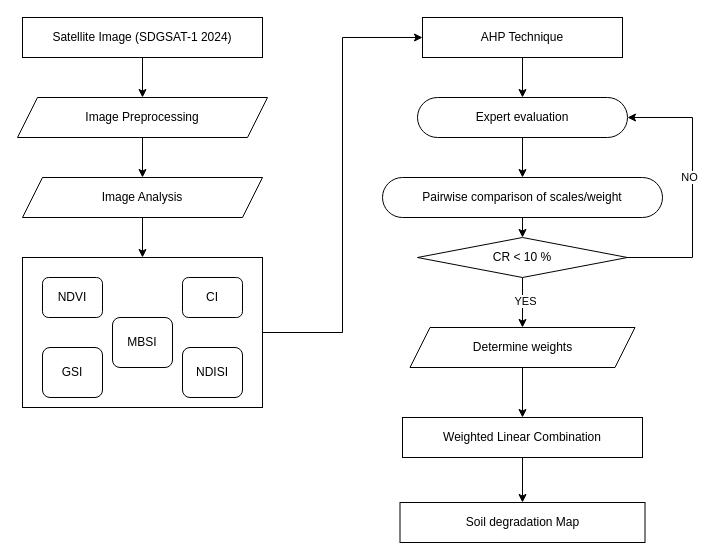
Earlier version of the draw.io diagram chpt5.drawio (yemioke/PRISMA2020). Source tidied: cells renumbered, new cells numbered last; positions are measured from the earlier drawing's top-left corner, leaving out a move shared by most shapes. Both pictures are drawn from the tidied source at 100%, with x=0, y=0 at pixel (17, 17).
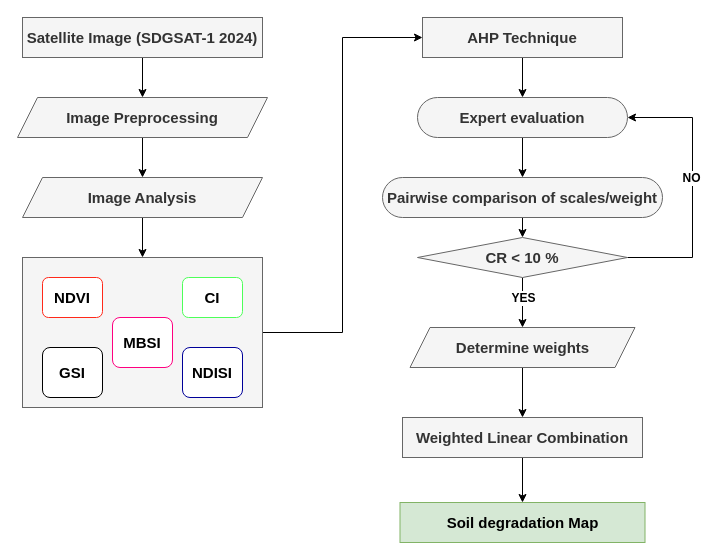
The same page after the edit.

The change refers to these unchanged cells:
```xml
<mxCell id="12" style="edgeStyle=orthogonalEdgeStyle;rounded=0;jettySize=auto;html=1;exitX=0.5;exitY=1;exitDx=0;exitDy=0;entryX=0.5;entryY=0;entryDx=0;entryDy=0;" parent="1" edge="1" source="14" target="16">
  <mxGeometry relative="1" as="geometry" />
</mxCell>
```

Change to the diagram source:
```diff
@@
-    <mxCell id="3" value="AHP Technique" style="rounded=0;whiteSpace=wrap;html=1;" parent="1" vertex="1">
+    <mxCell id="3" value="&lt;font style=&quot;font-size: 15px;&quot;&gt;&lt;b&gt;AHP Technique&lt;/b&gt;&lt;/font&gt;" style="rounded=0;whiteSpace=wrap;html=1;fillColor=#f5f5f5;fontColor=#333333;strokeColor=#666666;" parent="1" vertex="1">
       <mxGeometry x="405" width="200" height="40" as="geometry" />
     </mxCell>
@@
-    <mxCell id="5" value="Satellite Image (SDGSAT-1 2024)" style="rounded=0;whiteSpace=wrap;html=1;" parent="1" vertex="1">
+    <mxCell id="5" value="&lt;font style=&quot;font-size: 15px;&quot;&gt;&lt;b style=&quot;&quot;&gt;Satellite Image (SDGSAT-1 2024)&lt;/b&gt;&lt;/font&gt;" style="rounded=0;whiteSpace=wrap;html=1;fillColor=#f5f5f5;fontColor=#333333;strokeColor=#666666;" parent="1" vertex="1">
       <mxGeometry x="5" width="240" height="40" as="geometry" />
     </mxCell>
@@
-    <mxCell id="7" value="Expert evaluation" style="rounded=1;whiteSpace=wrap;html=1;arcSize=50;" parent="1" vertex="1">
+    <mxCell id="7" value="&lt;b&gt;&lt;font style=&quot;font-size: 15px;&quot;&gt;Expert evaluation&lt;/font&gt;&lt;/b&gt;" style="rounded=1;whiteSpace=wrap;html=1;arcSize=50;fillColor=#f5f5f5;fontColor=#333333;strokeColor=#666666;" parent="1" vertex="1">
       <mxGeometry x="400" y="80" width="210" height="40" as="geometry" />
     </mxCell>
@@
-    <mxCell id="9" value="Pairwise comparison of scales/weight" style="rounded=1;whiteSpace=wrap;html=1;arcSize=50;" parent="1" vertex="1">
+    <mxCell id="9" value="&lt;b&gt;&lt;font style=&quot;font-size: 15px;&quot;&gt;Pairwise comparison of scales/weight&lt;/font&gt;&lt;/b&gt;" style="rounded=1;whiteSpace=wrap;html=1;arcSize=50;fillColor=#f5f5f5;fontColor=#333333;strokeColor=#666666;" parent="1" vertex="1">
       <mxGeometry x="365" y="160" width="280" height="40" as="geometry" />
     </mxCell>
-    <mxCell id="10" style="edgeStyle=orthogonalEdgeStyle;rounded=0;jettySize=auto;html=1;exitX=1;exitY=0.5;exitDx=0;exitDy=0;entryX=1;entryY=0.5;entryDx=0;entryDy=0;" parent="1" edge="1" source="14" target="7">
+    <mxCell id="10" style="edgeStyle=orthogonalEdgeStyle;rounded=0;jettySize=auto;html=1;exitX=1;exitY=0.5;exitDx=0;exitDy=0;entryX=1;entryY=0.5;entryDx=0;entryDy=0;strokeWidth=1;" parent="1" edge="1" source="14" target="7">
       <mxGeometry relative="1" as="geometry">
         <Array as="points">
           <mxPoint x="675" y="240" />
           <mxPoint x="675" y="100" />
         </Array>
       </mxGeometry>
     </mxCell>
-    <mxCell id="11" value="NO" style="edgeLabel;html=1;align=center;verticalAlign=middle;" parent="10" vertex="1">
-      <mxGeometry x="0.08" y="4" relative="1" as="geometry" />
+    <mxCell id="11" value="NO" style="edgeLabel;html=1;align=center;verticalAlign=middle;strokeColor=#000000;fontSize=12;fontStyle=1;" parent="10" vertex="1">
+      <mxGeometry x="0.08" y="2" relative="1" as="geometry">
+        <mxPoint y="1" as="offset" />
+      </mxGeometry>
     </mxCell>
@@
-    <mxCell id="13" value="YES" style="edgeLabel;html=1;align=center;verticalAlign=middle;" parent="12" vertex="1">
-      <mxGeometry x="-0.07" y="2" relative="1" as="geometry" />
+    <mxCell id="13" value="YES" style="edgeLabel;html=1;align=center;verticalAlign=middle;fontSize=12;fontStyle=1;" parent="12" vertex="1">
+      <mxGeometry x="-0.07" y="-17" relative="1" as="geometry">
+        <mxPoint x="17" y="-3" as="offset" />
+      </mxGeometry>
     </mxCell>
-    <mxCell id="14" value="CR &amp;lt; 10 %" style="rhombus;whiteSpace=wrap;html=1;" parent="1" vertex="1">
+    <mxCell id="14" value="&lt;b&gt;&lt;font style=&quot;font-size: 15px;&quot;&gt;CR &amp;lt; 10 %&lt;/font&gt;&lt;/b&gt;" style="rhombus;whiteSpace=wrap;html=1;fillColor=#f5f5f5;fontColor=#333333;strokeColor=#666666;" parent="1" vertex="1">
       <mxGeometry x="400" y="220" width="210" height="40" as="geometry" />
     </mxCell>
@@
-    <mxCell id="16" value="Determine weights" style="shape=parallelogram;perimeter=parallelogramPerimeter;whiteSpace=wrap;html=1;fixedSize=1;" parent="1" vertex="1">
+    <mxCell id="16" value="&lt;b&gt;&lt;font style=&quot;font-size: 15px;&quot;&gt;Determine weights&lt;/font&gt;&lt;/b&gt;" style="shape=parallelogram;perimeter=parallelogramPerimeter;whiteSpace=wrap;html=1;fixedSize=1;fillColor=#f5f5f5;fontColor=#333333;strokeColor=#666666;" parent="1" vertex="1">
       <mxGeometry x="392.5" y="310" width="225" height="40" as="geometry" />
     </mxCell>
@@
-    <mxCell id="18" value="Weighted Linear Combination" style="rounded=0;whiteSpace=wrap;html=1;" parent="1" vertex="1">
+    <mxCell id="18" value="&lt;b&gt;&lt;font style=&quot;font-size: 15px;&quot;&gt;Weighted Linear Combination&lt;/font&gt;&lt;/b&gt;" style="rounded=0;whiteSpace=wrap;html=1;fillColor=#f5f5f5;fontColor=#333333;strokeColor=#666666;" parent="1" vertex="1">
       <mxGeometry x="385" y="400" width="240" height="40" as="geometry" />
     </mxCell>
-    <mxCell id="19" value="Soil degradation Map" style="rounded=0;whiteSpace=wrap;html=1;" parent="1" vertex="1">
+    <mxCell id="19" value="&lt;font style=&quot;font-size: 15px;&quot;&gt;&lt;b&gt;Soil degradation Map&lt;/b&gt;&lt;/font&gt;" style="rounded=0;whiteSpace=wrap;html=1;fillColor=#d5e8d4;strokeColor=#82b366;" parent="1" vertex="1">
       <mxGeometry x="382.5" y="485" width="245" height="40" as="geometry" />
     </mxCell>
@@
-    <mxCell id="21" value="Image Preprocessing" style="shape=parallelogram;perimeter=parallelogramPerimeter;whiteSpace=wrap;html=1;fixedSize=1;" parent="1" vertex="1">
+    <mxCell id="21" value="&lt;font style=&quot;font-size: 15px;&quot;&gt;&lt;b&gt;Image Preprocessing&lt;/b&gt;&lt;/font&gt;" style="shape=parallelogram;perimeter=parallelogramPerimeter;whiteSpace=wrap;html=1;fixedSize=1;fillColor=#f5f5f5;fontColor=#333333;strokeColor=#666666;" parent="1" vertex="1">
       <mxGeometry y="80" width="250" height="40" as="geometry" />
     </mxCell>
@@
-    <mxCell id="23" value="Image Analysis" style="shape=parallelogram;perimeter=parallelogramPerimeter;whiteSpace=wrap;html=1;fixedSize=1;" parent="1" vertex="1">
+    <mxCell id="23" value="&lt;font style=&quot;font-size: 15px;&quot;&gt;&lt;b&gt;Image Analysis&lt;/b&gt;&lt;/font&gt;" style="shape=parallelogram;perimeter=parallelogramPerimeter;whiteSpace=wrap;html=1;fixedSize=1;fillColor=#f5f5f5;fontColor=#333333;strokeColor=#666666;" parent="1" vertex="1">
       <mxGeometry x="5" y="160" width="240" height="40" as="geometry" />
     </mxCell>
@@
-    <mxCell id="25" style="rounded=0;whiteSpace=wrap;html=1;" parent="1" vertex="1">
+    <mxCell id="25" style="rounded=0;whiteSpace=wrap;html=1;fillColor=#f5f5f5;fontColor=#333333;strokeColor=#666666;" parent="1" vertex="1">
       <mxGeometry x="5" y="240" width="240" height="150" as="geometry" />
     </mxCell>
-    <mxCell id="26" value="CI" style="rounded=1;whiteSpace=wrap;html=1;" parent="1" vertex="1">
+    <mxCell id="26" value="&lt;font style=&quot;font-size: 15px;&quot;&gt;&lt;b&gt;CI&lt;/b&gt;&lt;/font&gt;" style="rounded=1;whiteSpace=wrap;html=1;strokeColor=#4DFF59;" parent="1" vertex="1">
       <mxGeometry x="165" y="260" width="60" height="40" as="geometry" />
     </mxCell>
-    <mxCell id="27" value="NDVI" style="rounded=1;whiteSpace=wrap;html=1;" parent="1" vertex="1">
+    <mxCell id="27" value="&lt;font style=&quot;font-size: 15px;&quot;&gt;&lt;b&gt;NDVI&lt;/b&gt;&lt;/font&gt;" style="rounded=1;whiteSpace=wrap;html=1;strokeColor=#FF291A;" parent="1" vertex="1">
       <mxGeometry x="25" y="260" width="60" height="40" as="geometry" />
     </mxCell>
-    <mxCell id="28" value="GSI" style="rounded=1;whiteSpace=wrap;html=1;" parent="1" vertex="1">
+    <mxCell id="28" value="&lt;font style=&quot;font-size: 15px;&quot;&gt;&lt;b&gt;GSI&lt;/b&gt;&lt;/font&gt;" style="rounded=1;whiteSpace=wrap;html=1;strokeColor=#000000;" parent="1" vertex="1">
       <mxGeometry x="25" y="330" width="60" height="50" as="geometry" />
     </mxCell>
-    <mxCell id="29" value="NDISI" style="rounded=1;whiteSpace=wrap;html=1;" parent="1" vertex="1">
+    <mxCell id="29" value="&lt;b&gt;&lt;font style=&quot;font-size: 15px;&quot;&gt;NDISI&lt;/font&gt;&lt;/b&gt;" style="rounded=1;whiteSpace=wrap;html=1;strokeColor=#000099;" parent="1" vertex="1">
       <mxGeometry x="165" y="330" width="60" height="50" as="geometry" />
     </mxCell>
-    <mxCell id="30" value="MBSI" style="rounded=1;whiteSpace=wrap;html=1;" parent="1" vertex="1">
+    <mxCell id="30" value="&lt;font style=&quot;font-size: 15px;&quot;&gt;&lt;b&gt;MBSI&lt;/b&gt;&lt;/font&gt;" style="rounded=1;whiteSpace=wrap;html=1;strokeColor=#FF0080;" parent="1" vertex="1">
       <mxGeometry x="95" y="300" width="60" height="50" as="geometry" />
     </mxCell>
```
